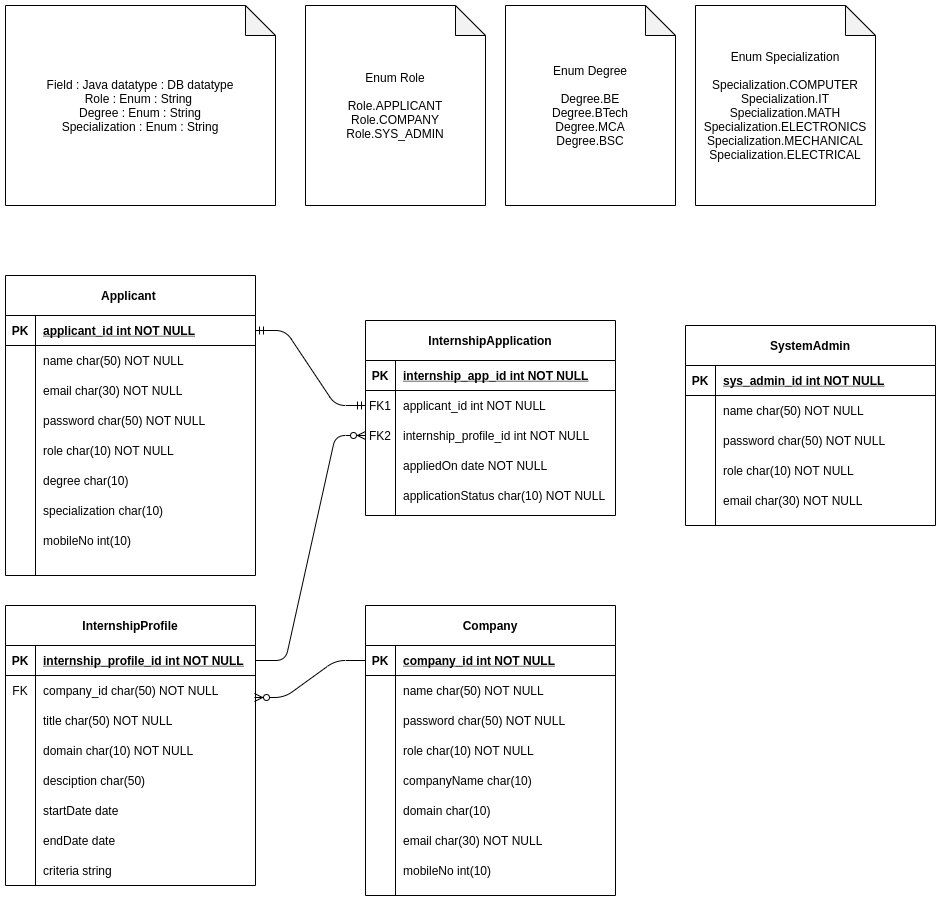
Above: diagrams/ERDiagram.png in the-invictus/PSL_Phase2_Project (draw.io), before the change. Source tidied: cells renumbered, new cells last; positions are measured from the earlier drawing's top-left corner, leaving out a move shared by most shapes.
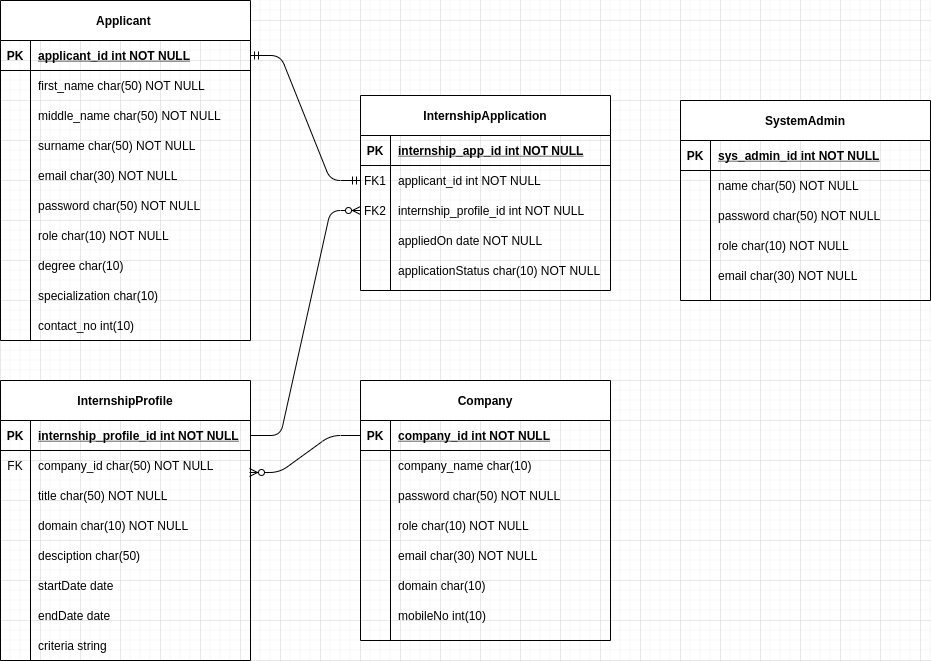
After the change.

What changed in the source:
```diff
@@ -51,7 +51,7 @@
       <mxGeometry x="30" width="220" height="30" as="geometry" />
     </mxCell>
     <mxCell id="18" value="Applicant " style="shape=table;startSize=40;rowLines=0;fontStyle=1;align=center;" parent="1" vertex="1">
-      <mxGeometry y="270" width="250" height="300" as="geometry" />
+      <mxGeometry y="220" width="250" height="340" as="geometry" />
     </mxCell>
     <mxCell id="19" style="shape=partialRectangle;fillColor=none;points=[[0,0.5],[1,0.5]];portConstraint=eastwest;top=0;left=0;right=0;bottom=1;" parent="18" vertex="1">
       <mxGeometry y="40" width="250" height="30" as="geometry" />
@@ -68,11 +68,29 @@
     <mxCell id="23" style="shape=partialRectangle;overflow=hidden;fillColor=none;top=0;left=0;bottom=0;right=0;" parent="22" vertex="1">
       <mxGeometry width="30" height="30" as="geometry" />
     </mxCell>
-    <mxCell id="24" value="name char(50) NOT NULL" style="shape=partialRectangle;overflow=hidden;fillColor=none;top=0;left=0;bottom=0;right=0;align=left;spacingLeft=6;" parent="22" vertex="1">
+    <mxCell id="24" value="first_name char(50) NOT NULL" style="shape=partialRectangle;overflow=hidden;fillColor=none;top=0;left=0;bottom=0;right=0;align=left;spacingLeft=6;" parent="22" vertex="1">
       <mxGeometry x="30" width="220" height="30" as="geometry" />
     </mxCell>
+    <mxCell id="116" style="shape=partialRectangle;fillColor=none;top=0;left=0;right=0;bottom=0;" parent="18" vertex="1">
+      <mxGeometry y="100" width="250" height="30" as="geometry" />
+    </mxCell>
+    <mxCell id="117" style="shape=partialRectangle;overflow=hidden;fillColor=none;top=0;left=0;bottom=0;right=0;" parent="116" vertex="1">
+      <mxGeometry width="30" height="30" as="geometry" />
+    </mxCell>
+    <mxCell id="118" value="middle_name char(50) NOT NULL" style="shape=partialRectangle;overflow=hidden;fillColor=none;top=0;left=0;bottom=0;right=0;align=left;spacingLeft=6;" parent="116" vertex="1">
+      <mxGeometry x="30" width="220" height="30" as="geometry" />
+    </mxCell>
+    <mxCell id="119" style="shape=partialRectangle;fillColor=none;top=0;left=0;right=0;bottom=0;" parent="18" vertex="1">
+      <mxGeometry y="130" width="250" height="30" as="geometry" />
+    </mxCell>
+    <mxCell id="120" style="shape=partialRectangle;overflow=hidden;fillColor=none;top=0;left=0;bottom=0;right=0;" parent="119" vertex="1">
+      <mxGeometry width="30" height="30" as="geometry" />
+    </mxCell>
+    <mxCell id="121" value="surname char(50) NOT NULL" style="shape=partialRectangle;overflow=hidden;fillColor=none;top=0;left=0;bottom=0;right=0;align=left;spacingLeft=6;" parent="119" vertex="1">
+      <mxGeometry x="30" width="220" height="30" as="geometry" />
+    </mxCell>
     <mxCell id="25" style="shape=partialRectangle;fillColor=none;top=0;left=0;right=0;bottom=0;" parent="18" vertex="1">
-      <mxGeometry y="100" width="250" height="30" as="geometry" />
+      <mxGeometry y="160" width="250" height="30" as="geometry" />
     </mxCell>
     <mxCell id="26" style="shape=partialRectangle;overflow=hidden;fillColor=none;top=0;left=0;bottom=0;right=0;" parent="25" vertex="1">
       <mxGeometry width="30" height="30" as="geometry" />
@@ -81,7 +99,7 @@
       <mxGeometry x="30" width="220" height="30" as="geometry" />
     </mxCell>
     <mxCell id="28" style="shape=partialRectangle;fillColor=none;top=0;left=0;right=0;bottom=0;" parent="18" vertex="1">
-      <mxGeometry y="130" width="250" height="30" as="geometry" />
+      <mxGeometry y="190" width="250" height="30" as="geometry" />
     </mxCell>
     <mxCell id="29" style="shape=partialRectangle;overflow=hidden;fillColor=none;top=0;left=0;bottom=0;right=0;" parent="28" vertex="1">
       <mxGeometry width="30" height="30" as="geometry" />
@@ -90,7 +108,7 @@
       <mxGeometry x="30" width="220" height="30" as="geometry" />
     </mxCell>
     <mxCell id="31" style="shape=partialRectangle;fillColor=none;top=0;left=0;right=0;bottom=0;" parent="18" vertex="1">
-      <mxGeometry y="160" width="250" height="30" as="geometry" />
+      <mxGeometry y="220" width="250" height="30" as="geometry" />
     </mxCell>
     <mxCell id="32" style="shape=partialRectangle;overflow=hidden;fillColor=none;top=0;left=0;bottom=0;right=0;" parent="31" vertex="1">
       <mxGeometry width="30" height="30" as="geometry" />
@@ -99,7 +117,7 @@
       <mxGeometry x="30" width="220" height="30" as="geometry" />
     </mxCell>
     <mxCell id="34" style="shape=partialRectangle;fillColor=none;top=0;left=0;right=0;bottom=0;" parent="18" vertex="1">
-      <mxGeometry y="190" width="250" height="30" as="geometry" />
+      <mxGeometry y="250" width="250" height="30" as="geometry" />
     </mxCell>
     <mxCell id="35" style="shape=partialRectangle;overflow=hidden;fillColor=none;top=0;left=0;bottom=0;right=0;" parent="34" vertex="1">
       <mxGeometry width="30" height="30" as="geometry" />
@@ -108,7 +126,7 @@
       <mxGeometry x="30" width="220" height="30" as="geometry" />
     </mxCell>
     <mxCell id="37" style="shape=partialRectangle;fillColor=none;top=0;left=0;right=0;bottom=0;" parent="18" vertex="1">
-      <mxGeometry y="220" width="250" height="30" as="geometry" />
+      <mxGeometry y="280" width="250" height="30" as="geometry" />
     </mxCell>
     <mxCell id="38" style="shape=partialRectangle;overflow=hidden;fillColor=none;top=0;left=0;bottom=0;right=0;" parent="37" vertex="1">
       <mxGeometry width="30" height="30" as="geometry" />
@@ -117,16 +135,16 @@
       <mxGeometry x="30" width="220" height="30" as="geometry" />
     </mxCell>
     <mxCell id="40" style="shape=partialRectangle;fillColor=none;top=0;left=0;right=0;bottom=0;" parent="18" vertex="1">
-      <mxGeometry y="250" width="250" height="30" as="geometry" />
+      <mxGeometry y="310" width="250" height="30" as="geometry" />
     </mxCell>
     <mxCell id="41" style="shape=partialRectangle;overflow=hidden;fillColor=none;top=0;left=0;bottom=0;right=0;" parent="40" vertex="1">
       <mxGeometry width="30" height="30" as="geometry" />
     </mxCell>
-    <mxCell id="42" value="mobileNo int(10)" style="shape=partialRectangle;overflow=hidden;fillColor=none;top=0;left=0;bottom=0;right=0;align=left;spacingLeft=6;" parent="40" vertex="1">
+    <mxCell id="42" value="contact_no int(10)" style="shape=partialRectangle;overflow=hidden;fillColor=none;top=0;left=0;bottom=0;right=0;align=left;spacingLeft=6;" parent="40" vertex="1">
       <mxGeometry x="30" width="220" height="30" as="geometry" />
     </mxCell>
     <mxCell id="43" value="Company" style="shape=table;startSize=40;rowLines=0;fontStyle=1;align=center;" parent="1" vertex="1">
-      <mxGeometry x="360" y="600" width="250" height="290" as="geometry" />
+      <mxGeometry x="360" y="600" width="250" height="260" as="geometry" />
     </mxCell>
     <mxCell id="44" style="shape=partialRectangle;fillColor=none;points=[[0,0.5],[1,0.5]];portConstraint=eastwest;top=0;left=0;right=0;bottom=1;" parent="43" vertex="1">
       <mxGeometry y="40" width="250" height="30" as="geometry" />
@@ -137,15 +155,15 @@
     <mxCell id="46" value="company_id int NOT NULL " style="shape=partialRectangle;overflow=hidden;fillColor=none;top=0;left=0;bottom=0;right=0;align=left;spacingLeft=6;fontStyle=5;" parent="44" vertex="1">
       <mxGeometry x="30" width="220" height="30" as="geometry" />
     </mxCell>
-    <mxCell id="47" style="shape=partialRectangle;fillColor=none;top=0;left=0;right=0;bottom=0;" parent="43" vertex="1">
-      <mxGeometry y="70" width="250" height="30" as="geometry" />
-    </mxCell>
-    <mxCell id="48" style="shape=partialRectangle;overflow=hidden;fillColor=none;top=0;left=0;bottom=0;right=0;" parent="47" vertex="1">
-      <mxGeometry width="30" height="30" as="geometry" />
-    </mxCell>
-    <mxCell id="49" value="name char(50) NOT NULL" style="shape=partialRectangle;overflow=hidden;fillColor=none;top=0;left=0;bottom=0;right=0;align=left;spacingLeft=6;" parent="47" vertex="1">
-      <mxGeometry x="30" width="220" height="30" as="geometry" />
-    </mxCell>
+    <mxCell id="56" style="shape=partialRectangle;fillColor=none;top=0;left=0;right=0;bottom=0;" parent="43" vertex="1">
+      <mxGeometry y="70" width="250" height="30" as="geometry" />
+    </mxCell>
+    <mxCell id="57" style="shape=partialRectangle;overflow=hidden;fillColor=none;top=0;left=0;bottom=0;right=0;" parent="56" vertex="1">
+      <mxGeometry width="30" height="30" as="geometry" />
+    </mxCell>
+    <mxCell id="58" value="company_name char(10)" style="shape=partialRectangle;overflow=hidden;fillColor=none;top=0;left=0;bottom=0;right=0;align=left;spacingLeft=6;" parent="56" vertex="1">
+      <mxGeometry x="30" width="220" height="30" as="geometry" />
+    </mxCell>
     <mxCell id="50" style="shape=partialRectangle;fillColor=none;top=0;left=0;right=0;bottom=0;" parent="43" vertex="1">
       <mxGeometry y="100" width="250" height="30" as="geometry" />
     </mxCell>
@@ -164,15 +182,15 @@
     <mxCell id="55" value="role char(10) NOT NULL" style="shape=partialRectangle;overflow=hidden;fillColor=none;top=0;left=0;bottom=0;right=0;align=left;spacingLeft=6;" parent="53" vertex="1">
       <mxGeometry x="30" width="220" height="30" as="geometry" />
     </mxCell>
-    <mxCell id="56" style="shape=partialRectangle;fillColor=none;top=0;left=0;right=0;bottom=0;" parent="43" vertex="1">
-      <mxGeometry y="160" width="250" height="30" as="geometry" />
-    </mxCell>
-    <mxCell id="57" style="shape=partialRectangle;overflow=hidden;fillColor=none;top=0;left=0;bottom=0;right=0;" parent="56" vertex="1">
-      <mxGeometry width="30" height="30" as="geometry" />
-    </mxCell>
-    <mxCell id="58" value="companyName char(10)" style="shape=partialRectangle;overflow=hidden;fillColor=none;top=0;left=0;bottom=0;right=0;align=left;spacingLeft=6;" parent="56" vertex="1">
-      <mxGeometry x="30" width="220" height="30" as="geometry" />
-    </mxCell>
+    <mxCell id="62" style="shape=partialRectangle;fillColor=none;top=0;left=0;right=0;bottom=0;" parent="43" vertex="1">
+      <mxGeometry y="160" width="250" height="30" as="geometry" />
+    </mxCell>
+    <mxCell id="63" style="shape=partialRectangle;overflow=hidden;fillColor=none;top=0;left=0;bottom=0;right=0;" parent="62" vertex="1">
+      <mxGeometry width="30" height="30" as="geometry" />
+    </mxCell>
+    <mxCell id="64" value="email char(30) NOT NULL" style="shape=partialRectangle;overflow=hidden;fillColor=none;top=0;left=0;bottom=0;right=0;align=left;spacingLeft=6;" parent="62" vertex="1">
+      <mxGeometry x="30" width="220" height="30" as="geometry" />
+    </mxCell>
     <mxCell id="59" style="shape=partialRectangle;fillColor=none;top=0;left=0;right=0;bottom=0;" parent="43" vertex="1">
       <mxGeometry y="190" width="250" height="30" as="geometry" />
     </mxCell>
@@ -182,17 +200,8 @@
     <mxCell id="61" value="domain char(10)" style="shape=partialRectangle;overflow=hidden;fillColor=none;top=0;left=0;bottom=0;right=0;align=left;spacingLeft=6;" parent="59" vertex="1">
       <mxGeometry x="30" width="220" height="30" as="geometry" />
     </mxCell>
-    <mxCell id="62" style="shape=partialRectangle;fillColor=none;top=0;left=0;right=0;bottom=0;" parent="43" vertex="1">
-      <mxGeometry y="220" width="250" height="30" as="geometry" />
-    </mxCell>
-    <mxCell id="63" style="shape=partialRectangle;overflow=hidden;fillColor=none;top=0;left=0;bottom=0;right=0;" parent="62" vertex="1">
-      <mxGeometry width="30" height="30" as="geometry" />
-    </mxCell>
-    <mxCell id="64" value="email char(30) NOT NULL" style="shape=partialRectangle;overflow=hidden;fillColor=none;top=0;left=0;bottom=0;right=0;align=left;spacingLeft=6;" parent="62" vertex="1">
-      <mxGeometry x="30" width="220" height="30" as="geometry" />
-    </mxCell>
     <mxCell id="65" style="shape=partialRectangle;fillColor=none;top=0;left=0;right=0;bottom=0;" parent="43" vertex="1">
-      <mxGeometry y="250" width="250" height="30" as="geometry" />
+      <mxGeometry y="220" width="250" height="30" as="geometry" />
     </mxCell>
     <mxCell id="66" style="shape=partialRectangle;overflow=hidden;fillColor=none;top=0;left=0;bottom=0;right=0;" parent="65" vertex="1">
       <mxGeometry width="30" height="30" as="geometry" />
@@ -332,17 +341,5 @@
     <mxCell id="111" style="edgeStyle=entityRelationEdgeStyle;fontSize=12;html=1;endArrow=ERzeroToMany;endFill=1;entryX=0.996;entryY=0.733;entryDx=0;entryDy=0;exitX=0;exitY=0.5;exitDx=0;exitDy=0;entryPerimeter=0;" parent="1" edge="1" source="44" target="88">
       <mxGeometry relative="1" as="geometry" />
     </mxCell>
-    <mxCell id="112" value="Field : Java datatype : DB datatype&lt;br&gt;Role : Enum : String&amp;nbsp;&lt;br&gt;Degree : Enum : String&lt;br&gt;Specialization : Enum : String" style="shape=note;whiteSpace=wrap;html=1;backgroundOutline=1;darkOpacity=0.05;" parent="1" vertex="1">
-      <mxGeometry width="270" height="200" as="geometry" />
-    </mxCell>
-    <mxCell id="113" value="Enum Specialization&lt;br&gt;&lt;br&gt;Specialization.COMPUTER&lt;br&gt;Specialization.IT&lt;br&gt;Specialization.MATH&lt;br&gt;Specialization.ELECTRONICS&lt;br&gt;Specialization.MECHANICAL&lt;br&gt;Specialization.ELECTRICAL" style="shape=note;whiteSpace=wrap;html=1;backgroundOutline=1;darkOpacity=0.05;" parent="1" vertex="1">
-      <mxGeometry x="690" width="180" height="200" as="geometry" />
-    </mxCell>
-    <mxCell id="114" value="Enum Role&lt;br&gt;&lt;br&gt;Role.APPLICANT&lt;br&gt;Role.COMPANY&lt;br&gt;Role.SYS_ADMIN" style="shape=note;whiteSpace=wrap;html=1;backgroundOutline=1;darkOpacity=0.05;" parent="1" vertex="1">
-      <mxGeometry x="300" width="180" height="200" as="geometry" />
-    </mxCell>
-    <mxCell id="115" value="Enum Degree&lt;br&gt;&lt;br&gt;Degree.BE&lt;br&gt;Degree.BTech&lt;br&gt;Degree.MCA&lt;br&gt;Degree.BSC" style="shape=note;whiteSpace=wrap;html=1;backgroundOutline=1;darkOpacity=0.05;" parent="1" vertex="1">
-      <mxGeometry x="500" width="170" height="200" as="geometry" />
-    </mxCell>
   </root>
 </mxGraphModel>
```
